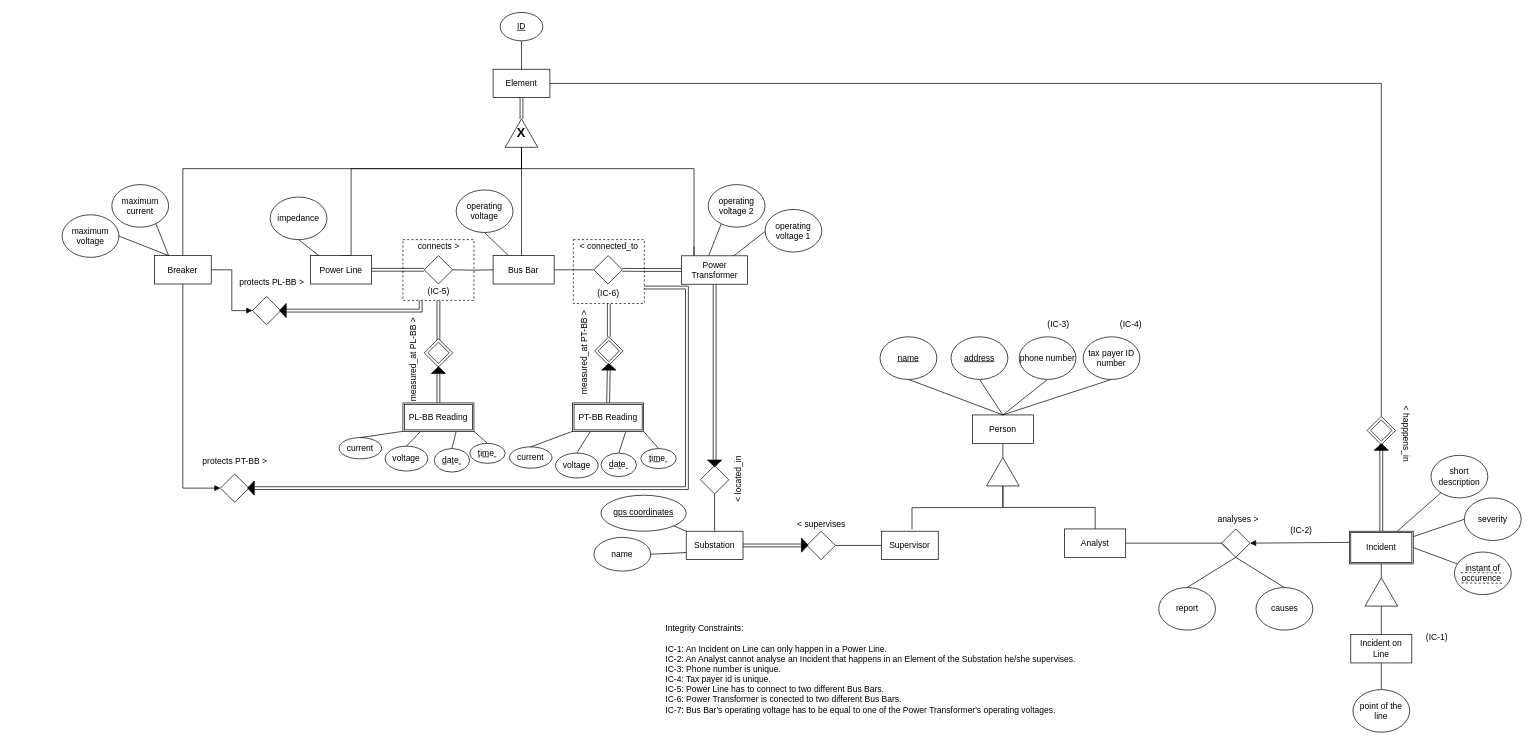
Above: power_grid.drawio in GNL10/projeto_sibd (draw.io), before the change. Source tidied: cells renumbered, new cells numbered last; positions are measured from the earlier drawing's top-left corner, leaving out a move shared by most shapes. Both pictures are drawn from the tidied source at 71%, with x=0, y=0 at pixel (12, 12).
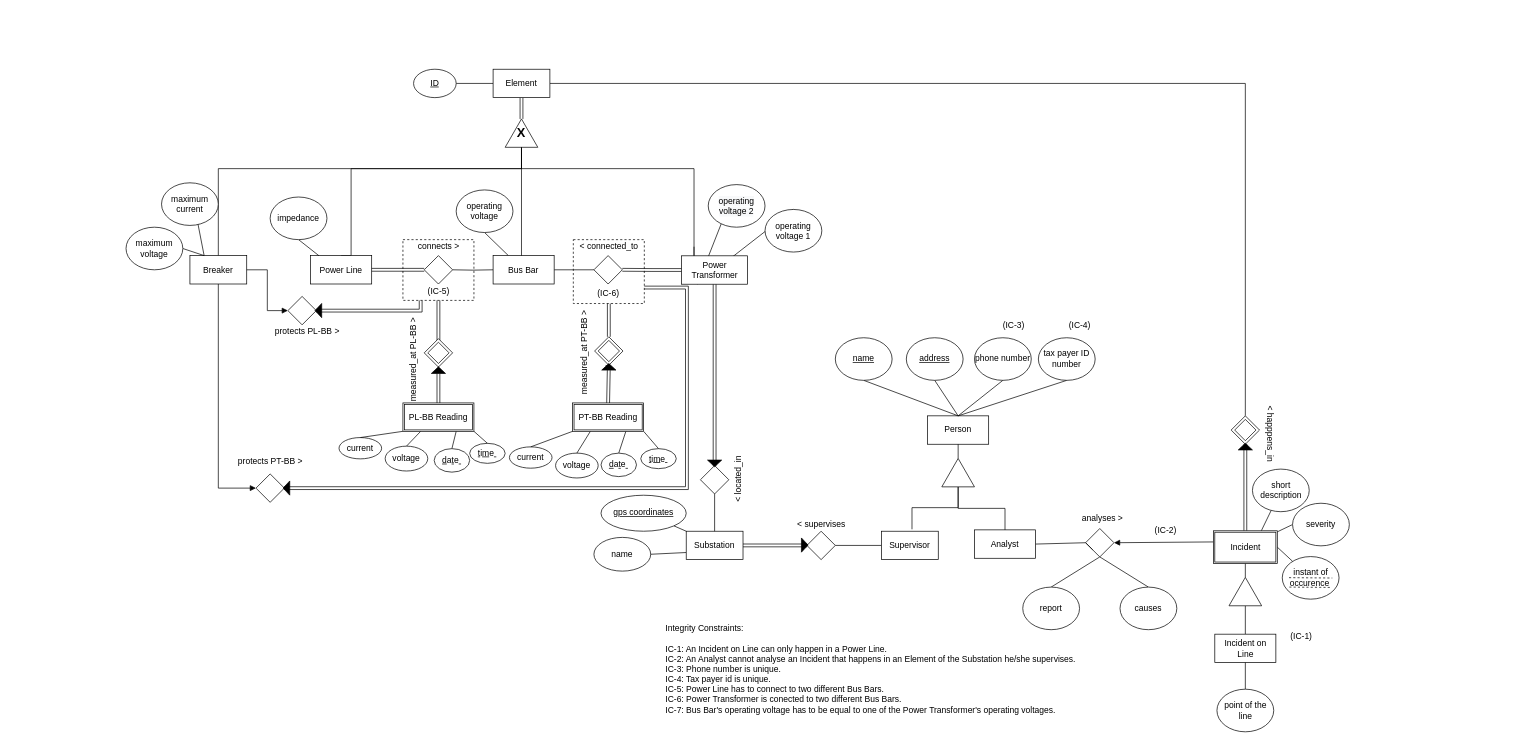
After the change.

Unchanged cells that the change refers to:
```xml
<mxCell id="20" value="&lt;b&gt;&lt;font style=&quot;font-size: 18px&quot;&gt;X&lt;/font&gt;&lt;/b&gt;" style="triangle;whiteSpace=wrap;html=1;direction=north;" parent="1" vertex="1">
  <mxGeometry x="694" y="150" width="46" height="40" as="geometry" />
</mxCell>
<mxCell id="23" value="Element" style="rounded=0;whiteSpace=wrap;html=1;" parent="1" vertex="1">
  <mxGeometry x="677" y="80" width="80" height="40" as="geometry" />
</mxCell>
<mxCell id="132" style="rhombus;whiteSpace=wrap;html=1;" parent="131" vertex="1">
  <mxGeometry width="40" height="40" as="geometry" />
</mxCell>
```

What changed in the source:
```diff
@@
-    <mxCell id="21" style="edgeStyle=orthogonalEdgeStyle;rounded=0;jettySize=auto;html=1;exitX=0.5;exitY=0;exitDx=0;exitDy=0;entryX=0.5;entryY=1;entryDx=0;entryDy=0;endArrow=none;endFill=0;" parent="1" edge="1" source="23" target="24">
+    <mxCell id="21" style="rounded=0;jettySize=auto;html=1;exitX=0;exitY=0.5;exitDx=0;exitDy=0;entryX=1;entryY=0.5;entryDx=0;entryDy=0;endArrow=none;endFill=0;" parent="1" edge="1" source="23" target="24">
       <mxGeometry relative="1" as="geometry" />
     </mxCell>
     <mxCell id="22" style="edgeStyle=orthogonalEdgeStyle;rounded=0;jettySize=auto;html=1;endArrow=none;endFill=0;exitX=1;exitY=0.5;exitDx=0;exitDy=0;entryX=0.5;entryY=0;entryDx=0;entryDy=0;" parent="1" edge="1" source="23" target="132">
       <mxGeometry relative="1" as="geometry">
         <Array as="points">
-          <mxPoint x="1928" y="100" />
+          <mxPoint x="1737" y="100" />
         </Array>
       </mxGeometry>
     </mxCell>
@@
     <mxCell id="24" value="&lt;u&gt;ID&lt;/u&gt;" style="ellipse;whiteSpace=wrap;html=1;" parent="1" vertex="1">
-      <mxGeometry x="687" width="60" height="40" as="geometry" />
+      <mxGeometry x="565" y="80" width="60" height="40" as="geometry" />
     </mxCell>
     <mxCell id="25" style="edgeStyle=orthogonalEdgeStyle;rounded=0;jettySize=auto;html=1;exitX=0.5;exitY=0;exitDx=0;exitDy=0;entryX=0;entryY=0.5;entryDx=0;entryDy=0;endArrow=none;endFill=0;" parent="1" edge="1" source="26" target="20">
       <mxGeometry relative="1" as="geometry">
         <Array as="points">
-          <mxPoint x="240" y="220" />
+          <mxPoint x="290" y="220" />
           <mxPoint x="717" y="220" />
         </Array>
       </mxGeometry>
     </mxCell>
     <mxCell id="26" value="Breaker" style="rounded=0;whiteSpace=wrap;html=1;" parent="1" vertex="1">
-      <mxGeometry x="200" y="342.5" width="80" height="40" as="geometry" />
+      <mxGeometry x="250" y="342.5" width="80" height="40" as="geometry" />
     </mxCell>
@@
     <mxCell id="28" value="maximum voltage" style="ellipse;whiteSpace=wrap;html=1;" parent="1" vertex="1">
-      <mxGeometry x="70" y="285" width="80" height="60" as="geometry" />
+      <mxGeometry x="160" y="302.5" width="80" height="60" as="geometry" />
     </mxCell>
@@
     <mxCell id="30" value="maximum current" style="ellipse;whiteSpace=wrap;html=1;" parent="1" vertex="1">
-      <mxGeometry x="140" y="242.5" width="80" height="60" as="geometry" />
+      <mxGeometry x="210" y="240" width="80" height="60" as="geometry" />
     </mxCell>
@@
     <mxCell id="33" value="Person" style="rounded=0;whiteSpace=wrap;html=1;" parent="1" vertex="1">
-      <mxGeometry x="1352" y="566.9" width="86" height="40" as="geometry" />
+      <mxGeometry x="1289" y="568.2" width="86" height="40" as="geometry" />
     </mxCell>
@@
     <mxCell id="35" value="&lt;u&gt;name&lt;/u&gt;" style="ellipse;whiteSpace=wrap;html=1;" parent="1" vertex="1">
-      <mxGeometry x="1222" y="456.9" width="80" height="60" as="geometry" />
+      <mxGeometry x="1159" y="458.2" width="80" height="60" as="geometry" />
     </mxCell>
@@
     <mxCell id="37" value="&lt;u&gt;address&lt;/u&gt;" style="ellipse;whiteSpace=wrap;html=1;" parent="1" vertex="1">
-      <mxGeometry x="1322" y="456.9" width="80" height="60" as="geometry" />
+      <mxGeometry x="1259" y="458.2" width="80" height="60" as="geometry" />
     </mxCell>
@@
     <mxCell id="39" value="phone number" style="ellipse;whiteSpace=wrap;html=1;" parent="1" vertex="1">
-      <mxGeometry x="1418" y="456.9" width="80" height="60" as="geometry" />
+      <mxGeometry x="1355" y="458.2" width="80" height="60" as="geometry" />
     </mxCell>
@@
     <mxCell id="41" value="tax payer ID number" style="ellipse;whiteSpace=wrap;html=1;" parent="1" vertex="1">
-      <mxGeometry x="1508" y="456.9" width="80" height="60" as="geometry" />
+      <mxGeometry x="1445" y="458.2" width="80" height="60" as="geometry" />
     </mxCell>
@@
     <mxCell id="44" value="Analyst" style="rounded=0;whiteSpace=wrap;html=1;" parent="1" vertex="1">
-      <mxGeometry x="1482" y="727.5" width="86" height="40" as="geometry" />
+      <mxGeometry x="1355" y="728.8" width="86" height="40" as="geometry" />
     </mxCell>
@@
     <mxCell id="47" style="triangle;whiteSpace=wrap;html=1;direction=north;" parent="1" vertex="1">
-      <mxGeometry x="1372" y="626.9" width="46" height="40" as="geometry" />
+      <mxGeometry x="1309" y="628.2" width="46" height="40" as="geometry" />
     </mxCell>
@@
     <mxCell id="50" value="&amp;lt; happpens_in" style="text;html=1;strokeColor=none;fillColor=none;align=center;verticalAlign=middle;whiteSpace=wrap;rounded=0;rotation=90;" parent="1" vertex="1">
-      <mxGeometry x="1921" y="583.8" width="84" height="20" as="geometry" />
+      <mxGeometry x="1729.5" y="583.2" width="84" height="20" as="geometry" />
     </mxCell>
@@
     <mxCell id="52" value="&lt;span&gt;i&lt;/span&gt;n&lt;span&gt;s&lt;/span&gt;t&lt;span&gt;a&lt;/span&gt;n&lt;span&gt;t&lt;/span&gt; &lt;span&gt;o&lt;/span&gt;f&lt;span&gt; &lt;/span&gt;o&lt;span&gt;c&lt;/span&gt;c&lt;span&gt;u&lt;/span&gt;r&lt;span&gt;e&lt;/span&gt;n&lt;span&gt;c&lt;/span&gt;e&lt;span&gt;&amp;nbsp;&lt;/span&gt;" style="ellipse;whiteSpace=wrap;html=1;fontStyle=0;" parent="1" vertex="1">
-      <mxGeometry x="2031" y="760" width="80" height="60" as="geometry" />
+      <mxGeometry x="1788.5" y="766.4" width="80" height="60" as="geometry" />
     </mxCell>
@@
     <mxCell id="54" value="severity" style="ellipse;whiteSpace=wrap;html=1;fontStyle=0;" parent="1" vertex="1">
-      <mxGeometry x="2045" y="683.8" width="80" height="60" as="geometry" />
+      <mxGeometry x="1803" y="691.3" width="80" height="60" as="geometry" />
     </mxCell>
     <mxCell id="55" value="short description" style="ellipse;whiteSpace=wrap;html=1;fontStyle=0;" parent="1" vertex="1">
-      <mxGeometry x="1998" y="623.8" width="80" height="60" as="geometry" />
+      <mxGeometry x="1746.5" y="643.2" width="80" height="60" as="geometry" />
     </mxCell>
@@
     <mxCell id="57" value="causes" style="ellipse;whiteSpace=wrap;html=1;" parent="1" vertex="1">
-      <mxGeometry x="1751.5" y="810" width="80" height="60" as="geometry" />
+      <mxGeometry x="1560" y="809.4" width="80" height="60" as="geometry" />
     </mxCell>
@@
     <mxCell id="59" value="report" style="ellipse;whiteSpace=wrap;html=1;" parent="1" vertex="1">
-      <mxGeometry x="1614.5" y="810" width="80" height="60" as="geometry" />
+      <mxGeometry x="1423" y="809.4" width="80" height="60" as="geometry" />
     </mxCell>
@@
     <mxCell id="62" style="triangle;whiteSpace=wrap;html=1;direction=north;" parent="1" vertex="1">
-      <mxGeometry x="1905" y="796.2" width="46" height="40" as="geometry" />
+      <mxGeometry x="1713.5" y="795.7" width="46" height="40" as="geometry" />
     </mxCell>
     <mxCell id="63" value="Incident on Line" style="rounded=0;whiteSpace=wrap;html=1;" parent="1" vertex="1">
-      <mxGeometry x="1885" y="876.2" width="86" height="40" as="geometry" />
+      <mxGeometry x="1693.5" y="875.7" width="86" height="40" as="geometry" />
     </mxCell>
@@
     <mxCell id="65" value="point of the line" style="ellipse;whiteSpace=wrap;html=1;" parent="1" vertex="1">
-      <mxGeometry x="1888" y="953.8" width="80" height="60" as="geometry" />
+      <mxGeometry x="1696.5" y="953.2" width="80" height="60" as="geometry" />
     </mxCell>
@@
     <mxCell id="99" style="rhombus;whiteSpace=wrap;html=1;" parent="1" vertex="1">
-      <mxGeometry x="338" y="400" width="40" height="40" as="geometry" />
+      <mxGeometry x="388" y="400" width="40" height="40" as="geometry" />
     </mxCell>
     <mxCell id="100" value="analyses &amp;gt;" style="text;html=1;strokeColor=none;fillColor=none;align=center;verticalAlign=middle;whiteSpace=wrap;rounded=0;" parent="1" vertex="1">
-      <mxGeometry x="1693" y="703.8" width="67" height="20" as="geometry" />
+      <mxGeometry x="1501.5" y="703.2" width="67" height="20" as="geometry" />
     </mxCell>
@@
     <mxCell id="102" style="rhombus;whiteSpace=wrap;html=1;" parent="1" vertex="1">
-      <mxGeometry x="293" y="650" width="40" height="40" as="geometry" />
+      <mxGeometry x="343" y="650" width="40" height="40" as="geometry" />
     </mxCell>
     <mxCell id="103" value="protects PL-BB &amp;gt;" style="text;html=1;align=center;verticalAlign=middle;" parent="1" vertex="1">
-      <mxGeometry x="310" y="370" width="110" height="20" as="geometry" />
+      <mxGeometry x="360" y="440" width="110" height="20" as="geometry" />
     </mxCell>
     <mxCell id="104" value="protects PT-BB &amp;gt;" style="text;html=1;align=center;verticalAlign=middle;" parent="1" vertex="1">
-      <mxGeometry x="258" y="621.9" width="110" height="20" as="geometry" />
+      <mxGeometry x="308" y="621.9" width="110" height="20" as="geometry" />
     </mxCell>
     <mxCell id="105" value="&lt;u&gt;d&lt;/u&gt;a&lt;u&gt;t&lt;/u&gt;e&lt;u&gt;&amp;nbsp;&lt;/u&gt;" style="ellipse;whiteSpace=wrap;html=1;" parent="1" vertex="1">
-      <mxGeometry x="594" y="614.3" width="50" height="33.1" as="geometry" />
+      <mxGeometry x="594" y="614.4" width="50" height="33.1" as="geometry" />
     </mxCell>
     <mxCell id="106" value="(IC-1)" style="text;html=1;align=center;verticalAlign=middle;" parent="1" vertex="1">
-      <mxGeometry x="1981" y="870" width="50" height="20" as="geometry" />
+      <mxGeometry x="1789.5" y="869.4" width="50" height="20" as="geometry" />
     </mxCell>
@@
     <mxCell id="108" value="Incident" style="shape=ext;double=1;rounded=0;whiteSpace=wrap;html=1;" parent="1" vertex="1">
-      <mxGeometry x="1883" y="730.7" width="90" height="46" as="geometry" />
+      <mxGeometry x="1691.5" y="730.1" width="90" height="46" as="geometry" />
     </mxCell>
     <mxCell id="109" value="(IC-3)" style="text;html=1;align=center;verticalAlign=middle;" parent="1" vertex="1">
-      <mxGeometry x="1448" y="430" width="50" height="20" as="geometry" />
+      <mxGeometry x="1385" y="431.3" width="50" height="20" as="geometry" />
     </mxCell>
     <mxCell id="110" value="(IC-4)" style="text;html=1;align=center;verticalAlign=middle;" parent="1" vertex="1">
-      <mxGeometry x="1550" y="430" width="50" height="20" as="geometry" />
+      <mxGeometry x="1478" y="431.3" width="50" height="20" as="geometry" />
     </mxCell>
@@
     <mxCell id="124" value="&lt;u&gt;t&lt;/u&gt;i&lt;u&gt;m&lt;/u&gt;e&lt;u&gt;&amp;nbsp;&lt;/u&gt;" style="ellipse;whiteSpace=wrap;html=1;fillColor=none;fontStyle=0;" parent="1" vertex="1">
-      <mxGeometry x="885" y="614.3" width="50" height="28.2" as="geometry" />
+      <mxGeometry x="885" y="614.4" width="50" height="28.2" as="geometry" />
     </mxCell>
@@
     <mxCell id="130" style="group;" parent="1" vertex="1">
-      <mxGeometry x="1908" y="568.8" width="40" height="40" as="geometry" />
+      <mxGeometry x="1716.5" y="568.2" width="40" height="40" as="geometry" />
     </mxCell>
@@
     <mxCell id="134" style="endArrow=none;dashed=1;html=1;" parent="1" edge="1">
       <mxGeometry relative="1" as="geometry">
-        <mxPoint x="2040" y="789" as="sourcePoint" />
-        <mxPoint x="2101" y="789.5" as="targetPoint" />
+        <mxPoint x="1798" y="796.1" as="sourcePoint" />
+        <mxPoint x="1859" y="796.6" as="targetPoint" />
       </mxGeometry>
     </mxCell>
     <mxCell id="135" style="endArrow=none;dashed=1;html=1;" parent="1" edge="1">
       <mxGeometry relative="1" as="geometry">
-        <mxPoint x="2041" y="803.5" as="sourcePoint" />
-        <mxPoint x="2101" y="804" as="targetPoint" />
+        <mxPoint x="1798.5" y="809.4" as="sourcePoint" />
+        <mxPoint x="1858.5" y="809.9" as="targetPoint" />
       </mxGeometry>
     </mxCell>
     <mxCell id="136" style="rhombus;whiteSpace=wrap;html=1;" parent="1" vertex="1">
-      <mxGeometry x="1703" y="727.5" width="40" height="40" as="geometry" />
+      <mxGeometry x="1511.5" y="726.9" width="40" height="40" as="geometry" />
     </mxCell>
     <mxCell id="137" style="edgeStyle=none;rounded=0;jumpSize=10;orthogonalLoop=1;jettySize=auto;html=1;exitX=0;exitY=1;exitDx=0;exitDy=0;entryX=0;entryY=0.5;entryDx=0;entryDy=0;startArrow=none;startFill=0;endArrow=none;endFill=0;strokeWidth=1;fillColor=none;" parent="1" edge="1" source="136" target="136">
-      <mxGeometry x="1307" y="755" as="geometry" />
+      <mxGeometry x="815.5" y="747.8" as="geometry" />
     </mxCell>
     <mxCell id="138" value="(IC-2)" style="text;html=1;align=center;verticalAlign=middle;" parent="1" vertex="1">
-      <mxGeometry x="1790" y="719.4" width="50" height="20" as="geometry" />
+      <mxGeometry x="1598.5" y="718.8" width="50" height="20" as="geometry" />
     </mxCell>
@@
     <mxCell id="140" style="group;" parent="1" vertex="1">
-      <mxGeometry y="530" width="140" height="20" as="geometry" />
+      <mxGeometry x="100" y="536.6" width="140" height="20" as="geometry" />
     </mxCell>
@@
     <mxCell id="146" style="triangle;whiteSpace=wrap;html=1;fillColor=#000000;direction=west;" parent="1" vertex="1">
-      <mxGeometry x="376.3" y="409.9" width="9.3" height="20" as="geometry" />
+      <mxGeometry x="426.3" y="409.9" width="9.3" height="20" as="geometry" />
     </mxCell>
     <mxCell id="147" style="triangle;whiteSpace=wrap;html=1;fillColor=#000000;direction=west;" parent="1" vertex="1">
-      <mxGeometry x="331.3" y="659.9" width="9.3" height="20" as="geometry" />
+      <mxGeometry x="381.3" y="659.9" width="9.3" height="20" as="geometry" />
     </mxCell>
@@
     <mxCell id="150" style="triangle;whiteSpace=wrap;html=1;fillColor=#000000;direction=north;" parent="1" vertex="1">
-      <mxGeometry x="1918" y="607.5" width="20" height="9.3" as="geometry" />
+      <mxGeometry x="1726.5" y="606.9" width="20" height="9.3" as="geometry" />
     </mxCell>
```
